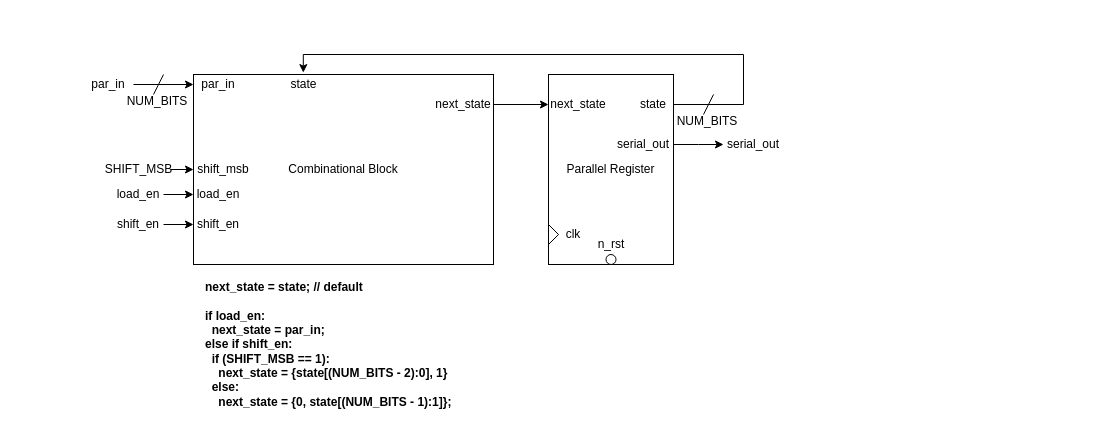
Before: Lab5/docs/2.2_RTL.drawio in awesomeaiden/337labs, a draw.io diagram. Source tidied: cells renumbered, new cells numbered last; positions are measured from the earlier drawing's top-left corner, leaving out a move shared by most shapes. Both pictures are drawn from the tidied source at 100%, with x=0, y=0 at pixel (83, 54).
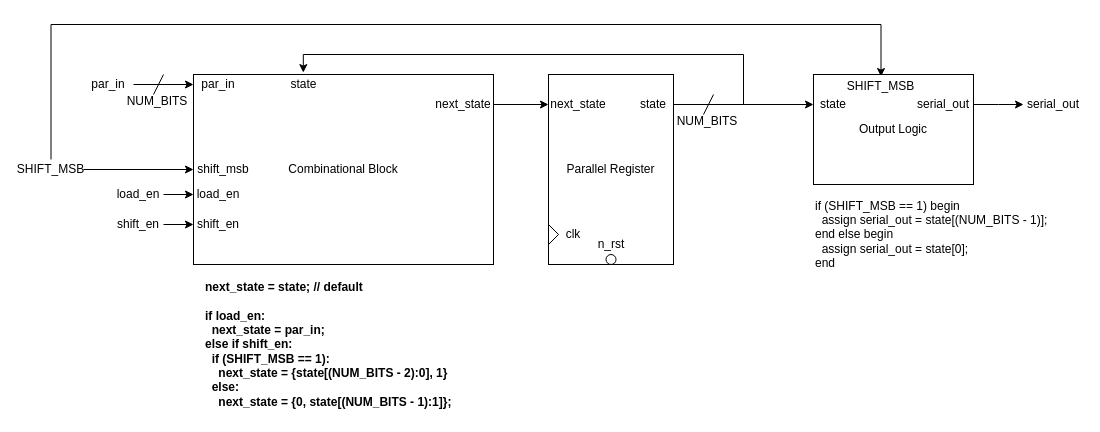
Above is the later version.

The change refers to these unchanged cells:
```xml
<mxCell id="8" value="state" style="text;html=1;strokeColor=none;fillColor=none;align=center;verticalAlign=middle;whiteSpace=wrap;rounded=0;" parent="1" vertex="1">
  <mxGeometry x="550" y="40" width="40" height="20" as="geometry" />
</mxCell>
```

The edit, as a diff of the source:
```diff
@@
+    <mxCell id="34" style="edgeStyle=orthogonalEdgeStyle;rounded=0;jettySize=auto;html=1;entryX=0;entryY=0.5;entryDx=0;entryDy=0;" parent="1" edge="1" source="8" target="37">
+      <mxGeometry relative="1" as="geometry" />
+    </mxCell>
@@
     <mxCell id="28" style="edgeStyle=orthogonalEdgeStyle;rounded=0;jettySize=auto;html=1;" parent="1" edge="1" source="29">
       <mxGeometry relative="1" as="geometry">
-        <mxPoint x="640" y="90" as="targetPoint" />
+        <mxPoint x="940" y="50" as="targetPoint" />
       </mxGeometry>
     </mxCell>
-    <mxCell id="29" value="serial_out" style="text;html=1;strokeColor=none;fillColor=none;align=center;verticalAlign=middle;whiteSpace=wrap;rounded=0;" parent="1" vertex="1">
-      <mxGeometry x="530" y="80" width="60" height="20" as="geometry" />
-    </mxCell>
     <mxCell id="30" value="serial_out" style="text;html=1;strokeColor=none;fillColor=none;align=center;verticalAlign=middle;whiteSpace=wrap;rounded=0;" parent="1" vertex="1">
-      <mxGeometry x="640" y="80" width="60" height="20" as="geometry" />
+      <mxGeometry x="940" y="40" width="60" height="20" as="geometry" />
     </mxCell>
@@
+    <mxCell id="35" style="edgeStyle=orthogonalEdgeStyle;rounded=0;jettySize=auto;html=1;entryX=0.5;entryY=0;entryDx=0;entryDy=0;" parent="1" edge="1" source="32" target="39">
+      <mxGeometry relative="1" as="geometry">
+        <Array as="points">
+          <mxPoint x="-32" y="-30" />
+          <mxPoint x="798" y="-30" />
+        </Array>
+      </mxGeometry>
+    </mxCell>
     <mxCell id="32" value="SHIFT_MSB" style="text;html=1;strokeColor=none;fillColor=none;align=center;verticalAlign=middle;whiteSpace=wrap;rounded=0;" parent="1" vertex="1">
-      <mxGeometry x="22.5" y="105" width="65" height="20" as="geometry" />
+      <mxGeometry x="-65" y="105" width="65" height="20" as="geometry" />
     </mxCell>
@@
+    <mxCell id="36" value="Output Logic" style="rounded=0;whiteSpace=wrap;html=1;" parent="1" vertex="1">
+      <mxGeometry x="730" y="20" width="160" height="110" as="geometry" />
+    </mxCell>
+    <mxCell id="37" value="state" style="text;html=1;strokeColor=none;fillColor=none;align=center;verticalAlign=middle;whiteSpace=wrap;rounded=0;" parent="1" vertex="1">
+      <mxGeometry x="730" y="40" width="40" height="20" as="geometry" />
+    </mxCell>
+    <mxCell id="29" value="serial_out" style="text;html=1;strokeColor=none;fillColor=none;align=center;verticalAlign=middle;whiteSpace=wrap;rounded=0;" parent="1" vertex="1">
+      <mxGeometry x="830" y="40" width="60" height="20" as="geometry" />
+    </mxCell>
+    <mxCell id="38" value="&lt;div align=&quot;left&quot;&gt;if (SHIFT_MSB == 1) begin&lt;br&gt;&amp;nbsp; assign serial_out = state[(NUM_BITS - 1)];&lt;br&gt;end else begin&lt;br&gt;&amp;nbsp; assign serial_out = state[0];&lt;br&gt;end&lt;/div&gt;" style="text;html=1;strokeColor=none;fillColor=none;align=left;verticalAlign=middle;whiteSpace=wrap;rounded=0;" parent="1" vertex="1">
+      <mxGeometry x="730" y="130" width="240" height="100" as="geometry" />
+    </mxCell>
+    <mxCell id="39" value="SHIFT_MSB" style="text;html=1;strokeColor=none;fillColor=none;align=center;verticalAlign=middle;whiteSpace=wrap;rounded=0;" parent="1" vertex="1">
+      <mxGeometry x="765" y="22" width="65" height="20" as="geometry" />
+    </mxCell>
```
